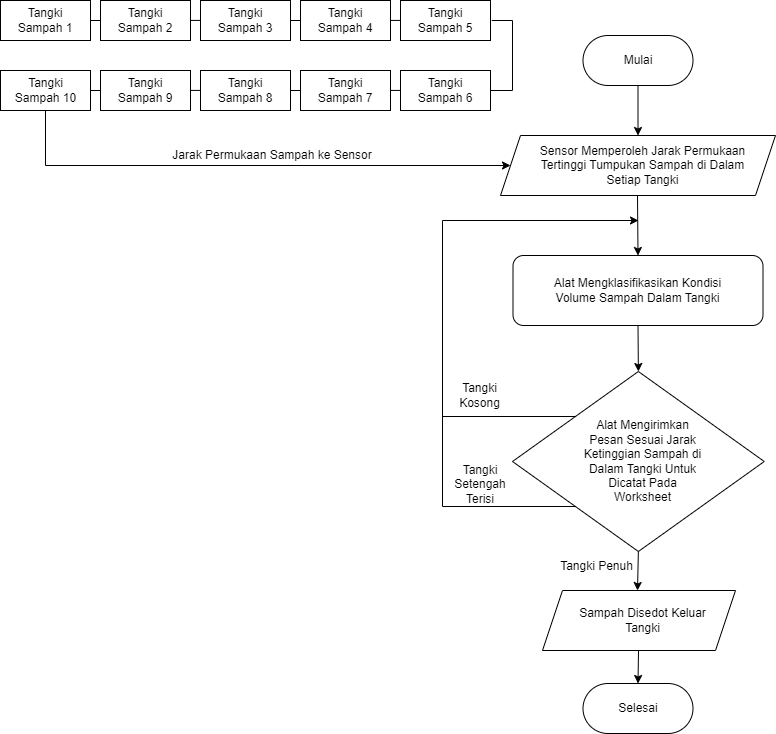
Before: Untitled Diagram.drawio.png, a diagram exported from draw.io (Nurhalim-tech/Jarvis-artificial-intelligence). Source tidied: cells renumbered, new cells last; positions are measured from the earlier drawing's top-left corner, leaving out a move shared by most shapes.
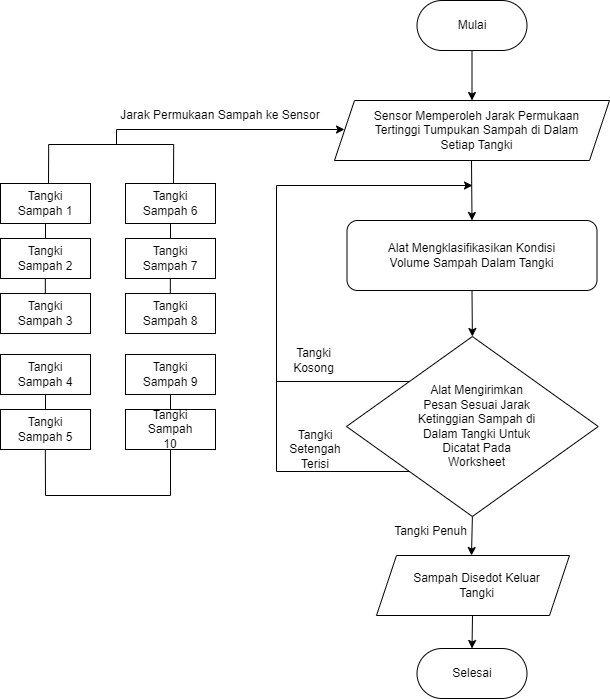
After the change.

What changed in the source:
```diff
@@ -21,125 +21,35 @@
       <mxGeometry x="541.2" y="275" width="192.5" height="30" as="geometry" />
     </mxCell>
     <mxCell id="8" style="rounded=0;whiteSpace=wrap;html=1;" parent="1" vertex="1">
-      <mxGeometry width="90" height="40" as="geometry" />
+      <mxGeometry x="166" y="218" width="90" height="40" as="geometry" />
     </mxCell>
     <mxCell id="9" value="Tangki Sampah 1" style="text;html=1;align=center;verticalAlign=middle;whiteSpace=wrap;rounded=0;" parent="1" vertex="1">
-      <mxGeometry x="15" y="5" width="60" height="30" as="geometry" />
+      <mxGeometry x="181" y="223" width="60" height="30" as="geometry" />
     </mxCell>
     <mxCell id="10" style="rounded=0;whiteSpace=wrap;html=1;" parent="1" vertex="1">
-      <mxGeometry x="100" width="90" height="40" as="geometry" />
+      <mxGeometry x="166" y="273" width="90" height="40" as="geometry" />
     </mxCell>
     <mxCell id="11" value="Tangki Sampah 2" style="text;html=1;align=center;verticalAlign=middle;whiteSpace=wrap;rounded=0;" parent="1" vertex="1">
-      <mxGeometry x="115" y="5" width="60" height="30" as="geometry" />
+      <mxGeometry x="181" y="278" width="60" height="30" as="geometry" />
     </mxCell>
-    <mxCell id="12" style="endArrow=none;html=1;rounded=0;entryX=0;entryY=0.5;entryDx=0;entryDy=0;" parent="1" edge="1" target="10">
-      <mxGeometry relative="1" as="geometry">
-        <mxPoint x="90" y="20" as="sourcePoint" />
-      </mxGeometry>
+    <mxCell id="12" style="endArrow=none;html=1;rounded=0;entryX=0.5;entryY=0;entryDx=0;entryDy=0;exitX=0.5;exitY=1;exitDx=0;exitDy=0;" parent="1" edge="1" source="8" target="10">
+      <mxGeometry relative="1" as="geometry" />
     </mxCell>
     <mxCell id="13" style="rounded=0;whiteSpace=wrap;html=1;" parent="1" vertex="1">
-      <mxGeometry x="200" width="90" height="40" as="geometry" />
+      <mxGeometry x="166" y="328" width="90" height="40" as="geometry" />
     </mxCell>
     <mxCell id="14" value="Tangki Sampah 3" style="text;html=1;align=center;verticalAlign=middle;whiteSpace=wrap;rounded=0;" parent="1" vertex="1">
-      <mxGeometry x="215" y="5" width="60" height="30" as="geometry" />
+      <mxGeometry x="181" y="333" width="60" height="30" as="geometry" />
     </mxCell>
-    <mxCell id="15" style="rounded=0;whiteSpace=wrap;html=1;" parent="1" vertex="1">
-      <mxGeometry x="300" width="90" height="40" as="geometry" />
-    </mxCell>
-    <mxCell id="16" value="Tangki Sampah 4" style="text;html=1;align=center;verticalAlign=middle;whiteSpace=wrap;rounded=0;" parent="1" vertex="1">
-      <mxGeometry x="315" y="5" width="60" height="30" as="geometry" />
-    </mxCell>
-    <mxCell id="17" style="endArrow=none;html=1;rounded=0;entryX=0;entryY=0.5;entryDx=0;entryDy=0;" parent="1" edge="1" target="15">
-      <mxGeometry relative="1" as="geometry">
-        <mxPoint x="290" y="20" as="sourcePoint" />
-      </mxGeometry>
-    </mxCell>
-    <mxCell id="18" style="endArrow=none;html=1;rounded=0;entryX=0;entryY=0.5;entryDx=0;entryDy=0;" parent="1" edge="1">
-      <mxGeometry relative="1" as="geometry">
-        <mxPoint x="190" y="19.9" as="sourcePoint" />
-        <mxPoint x="200" y="19.9" as="targetPoint" />
-      </mxGeometry>
-    </mxCell>
-    <mxCell id="19" style="endArrow=none;html=1;rounded=0;entryX=0;entryY=0.5;entryDx=0;entryDy=0;" parent="1" edge="1">
-      <mxGeometry relative="1" as="geometry">
-        <mxPoint x="390" y="19.9" as="sourcePoint" />
-        <mxPoint x="400" y="19.9" as="targetPoint" />
-      </mxGeometry>
-    </mxCell>
-    <mxCell id="20" style="rounded=0;whiteSpace=wrap;html=1;" parent="1" vertex="1">
-      <mxGeometry x="400" width="90" height="40" as="geometry" />
-    </mxCell>
-    <mxCell id="21" value="Tangki Sampah 5" style="text;html=1;align=center;verticalAlign=middle;whiteSpace=wrap;rounded=0;" parent="1" vertex="1">
-      <mxGeometry x="415" y="5" width="60" height="30" as="geometry" />
-    </mxCell>
-    <mxCell id="22" style="rounded=0;whiteSpace=wrap;html=1;" parent="1" vertex="1">
-      <mxGeometry y="70" width="90" height="40" as="geometry" />
-    </mxCell>
-    <mxCell id="23" value="Tangki Sampah 10" style="text;html=1;align=center;verticalAlign=middle;whiteSpace=wrap;rounded=0;" parent="1" vertex="1">
-      <mxGeometry x="12" y="75" width="67" height="30" as="geometry" />
-    </mxCell>
-    <mxCell id="24" style="rounded=0;whiteSpace=wrap;html=1;" parent="1" vertex="1">
-      <mxGeometry x="100" y="70" width="90" height="40" as="geometry" />
-    </mxCell>
-    <mxCell id="25" value="Tangki Sampah 9" style="text;html=1;align=center;verticalAlign=middle;whiteSpace=wrap;rounded=0;" parent="1" vertex="1">
-      <mxGeometry x="115" y="75" width="60" height="30" as="geometry" />
-    </mxCell>
-    <mxCell id="26" style="endArrow=none;html=1;rounded=0;entryX=0;entryY=0.5;entryDx=0;entryDy=0;" parent="1" edge="1" target="24">
-      <mxGeometry relative="1" as="geometry">
-        <mxPoint x="90" y="90" as="sourcePoint" />
-      </mxGeometry>
-    </mxCell>
-    <mxCell id="27" style="rounded=0;whiteSpace=wrap;html=1;" parent="1" vertex="1">
-      <mxGeometry x="200" y="70" width="90" height="40" as="geometry" />
-    </mxCell>
-    <mxCell id="28" value="Tangki Sampah 8" style="text;html=1;align=center;verticalAlign=middle;whiteSpace=wrap;rounded=0;" parent="1" vertex="1">
-      <mxGeometry x="215" y="75" width="60" height="30" as="geometry" />
-    </mxCell>
-    <mxCell id="29" style="rounded=0;whiteSpace=wrap;html=1;" parent="1" vertex="1">
-      <mxGeometry x="300" y="70" width="90" height="40" as="geometry" />
-    </mxCell>
-    <mxCell id="30" value="Tangki Sampah 7" style="text;html=1;align=center;verticalAlign=middle;whiteSpace=wrap;rounded=0;" parent="1" vertex="1">
-      <mxGeometry x="315" y="75" width="60" height="30" as="geometry" />
-    </mxCell>
-    <mxCell id="31" style="endArrow=none;html=1;rounded=0;entryX=0;entryY=0.5;entryDx=0;entryDy=0;" parent="1" edge="1" target="29">
-      <mxGeometry relative="1" as="geometry">
-        <mxPoint x="290" y="90" as="sourcePoint" />
-      </mxGeometry>
-    </mxCell>
-    <mxCell id="32" style="endArrow=none;html=1;rounded=0;entryX=0;entryY=0.5;entryDx=0;entryDy=0;" parent="1" edge="1">
-      <mxGeometry relative="1" as="geometry">
-        <mxPoint x="190" y="89.9" as="sourcePoint" />
-        <mxPoint x="200" y="89.9" as="targetPoint" />
-      </mxGeometry>
-    </mxCell>
-    <mxCell id="33" style="endArrow=none;html=1;rounded=0;entryX=0;entryY=0.5;entryDx=0;entryDy=0;" parent="1" edge="1">
-      <mxGeometry relative="1" as="geometry">
-        <mxPoint x="390" y="89.9" as="sourcePoint" />
-        <mxPoint x="400" y="89.9" as="targetPoint" />
-      </mxGeometry>
-    </mxCell>
-    <mxCell id="34" style="rounded=0;whiteSpace=wrap;html=1;" parent="1" vertex="1">
-      <mxGeometry x="400" y="70" width="90" height="40" as="geometry" />
-    </mxCell>
-    <mxCell id="35" value="Tangki Sampah 6" style="text;html=1;align=center;verticalAlign=middle;whiteSpace=wrap;rounded=0;" parent="1" vertex="1">
-      <mxGeometry x="415" y="75" width="60" height="30" as="geometry" />
-    </mxCell>
-    <mxCell id="36" style="endArrow=classic;html=1;rounded=0;exitX=0.5;exitY=1;exitDx=0;exitDy=0;entryX=0;entryY=0.5;entryDx=0;entryDy=0;" parent="1" edge="1" source="22" target="4">
+    <mxCell id="36" style="endArrow=classic;html=1;rounded=0;entryX=0;entryY=0.5;entryDx=0;entryDy=0;" parent="1" edge="1">
       <mxGeometry relative="1" as="geometry">
+        <mxPoint x="282" y="179" as="sourcePoint" />
+        <mxPoint x="510" y="164" as="targetPoint" />
         <Array as="points">
-          <mxPoint x="45" y="165" />
+          <mxPoint x="282" y="164" />
         </Array>
       </mxGeometry>
     </mxCell>
-    <mxCell id="37" style="endArrow=none;html=1;rounded=0;entryX=1;entryY=0.5;entryDx=0;entryDy=0;" parent="1" edge="1" target="34">
-      <mxGeometry relative="1" as="geometry">
-        <mxPoint x="491.2" y="20" as="sourcePoint" />
-        <Array as="points">
-          <mxPoint x="512" y="20" />
-          <mxPoint x="512" y="90" />
-        </Array>
-      </mxGeometry>
-    </mxCell>
     <mxCell id="38" style="endArrow=classic;html=1;rounded=0;exitX=0.5;exitY=1;exitDx=0;exitDy=0;entryX=0.5;entryY=0;entryDx=0;entryDy=0;" parent="1" edge="1" source="2" target="4">
       <mxGeometry relative="1" as="geometry" />
     </mxCell>
@@ -149,7 +59,7 @@
       </mxGeometry>
     </mxCell>
     <mxCell id="40" value="Jarak Permukaan Sampah ke Sensor" style="text;html=1;align=center;verticalAlign=middle;whiteSpace=wrap;rounded=0;" parent="1" vertex="1">
-      <mxGeometry x="162" y="140" width="220" height="30" as="geometry" />
+      <mxGeometry x="276" y="135" width="220" height="30" as="geometry" />
     </mxCell>
     <mxCell id="41" style="rhombus;whiteSpace=wrap;html=1;" parent="1" vertex="1">
       <mxGeometry x="512" y="371" width="251.8" height="180" as="geometry" />
@@ -205,5 +115,87 @@
         <mxPoint x="638" y="650" as="sourcePoint" />
       </mxGeometry>
     </mxCell>
+    <mxCell id="55" style="endArrow=none;html=1;rounded=0;entryX=0.5;entryY=0;entryDx=0;entryDy=0;exitX=0.5;exitY=1;exitDx=0;exitDy=0;" parent="1" edge="1">
+      <mxGeometry relative="1" as="geometry">
+        <mxPoint x="210.8" y="313" as="sourcePoint" />
+        <mxPoint x="210.8" y="328" as="targetPoint" />
+      </mxGeometry>
+    </mxCell>
+    <mxCell id="56" style="rounded=0;whiteSpace=wrap;html=1;" parent="1" vertex="1">
+      <mxGeometry x="166" y="389" width="90" height="40" as="geometry" />
+    </mxCell>
+    <mxCell id="16" value="Tangki Sampah 4" style="text;html=1;align=center;verticalAlign=middle;whiteSpace=wrap;rounded=0;" parent="1" vertex="1">
+      <mxGeometry x="181" y="394" width="60" height="30" as="geometry" />
+    </mxCell>
+    <mxCell id="57" style="rounded=0;whiteSpace=wrap;html=1;" parent="1" vertex="1">
+      <mxGeometry x="166" y="444" width="90" height="40" as="geometry" />
+    </mxCell>
+    <mxCell id="21" value="Tangki Sampah 5" style="text;html=1;align=center;verticalAlign=middle;whiteSpace=wrap;rounded=0;" parent="1" vertex="1">
+      <mxGeometry x="181" y="449" width="60" height="30" as="geometry" />
+    </mxCell>
+    <mxCell id="58" style="endArrow=none;html=1;rounded=0;entryX=0.5;entryY=0;entryDx=0;entryDy=0;exitX=0.5;exitY=1;exitDx=0;exitDy=0;" parent="1" edge="1" source="56" target="57">
+      <mxGeometry relative="1" as="geometry" />
+    </mxCell>
+    <mxCell id="59" style="endArrow=none;html=1;rounded=0;exitX=0.5;exitY=1;exitDx=0;exitDy=0;" parent="1" edge="1" target="23">
+      <mxGeometry relative="1" as="geometry">
+        <mxPoint x="210.8" y="484" as="sourcePoint" />
+        <Array as="points">
+          <mxPoint x="211" y="530" />
+          <mxPoint x="336" y="530" />
+        </Array>
+      </mxGeometry>
+    </mxCell>
+    <mxCell id="60" style="rounded=0;whiteSpace=wrap;html=1;" parent="1" vertex="1">
+      <mxGeometry x="291" y="218" width="90" height="40" as="geometry" />
+    </mxCell>
+    <mxCell id="35" value="Tangki Sampah 6" style="text;html=1;align=center;verticalAlign=middle;whiteSpace=wrap;rounded=0;" parent="1" vertex="1">
+      <mxGeometry x="306" y="223" width="60" height="30" as="geometry" />
+    </mxCell>
+    <mxCell id="61" style="rounded=0;whiteSpace=wrap;html=1;" parent="1" vertex="1">
+      <mxGeometry x="291" y="273" width="90" height="40" as="geometry" />
+    </mxCell>
+    <mxCell id="30" value="Tangki Sampah 7" style="text;html=1;align=center;verticalAlign=middle;whiteSpace=wrap;rounded=0;" parent="1" vertex="1">
+      <mxGeometry x="306" y="278" width="60" height="30" as="geometry" />
+    </mxCell>
+    <mxCell id="62" style="endArrow=none;html=1;rounded=0;entryX=0.5;entryY=0;entryDx=0;entryDy=0;exitX=0.5;exitY=1;exitDx=0;exitDy=0;" parent="1" edge="1" source="60" target="61">
+      <mxGeometry relative="1" as="geometry" />
+    </mxCell>
+    <mxCell id="63" style="rounded=0;whiteSpace=wrap;html=1;" parent="1" vertex="1">
+      <mxGeometry x="291" y="328" width="90" height="40" as="geometry" />
+    </mxCell>
+    <mxCell id="28" value="Tangki Sampah 8" style="text;html=1;align=center;verticalAlign=middle;whiteSpace=wrap;rounded=0;" parent="1" vertex="1">
+      <mxGeometry x="306" y="333" width="60" height="30" as="geometry" />
+    </mxCell>
+    <mxCell id="64" style="endArrow=none;html=1;rounded=0;entryX=0.5;entryY=0;entryDx=0;entryDy=0;exitX=0.5;exitY=1;exitDx=0;exitDy=0;" parent="1" edge="1">
+      <mxGeometry relative="1" as="geometry">
+        <mxPoint x="335.8" y="313" as="sourcePoint" />
+        <mxPoint x="335.8" y="328" as="targetPoint" />
+      </mxGeometry>
+    </mxCell>
+    <mxCell id="65" style="rounded=0;whiteSpace=wrap;html=1;" parent="1" vertex="1">
+      <mxGeometry x="291" y="389" width="90" height="40" as="geometry" />
+    </mxCell>
+    <mxCell id="25" value="Tangki Sampah 9" style="text;html=1;align=center;verticalAlign=middle;whiteSpace=wrap;rounded=0;" parent="1" vertex="1">
+      <mxGeometry x="306" y="394" width="60" height="30" as="geometry" />
+    </mxCell>
+    <mxCell id="66" style="rounded=0;whiteSpace=wrap;html=1;" parent="1" vertex="1">
+      <mxGeometry x="291" y="444" width="90" height="40" as="geometry" />
+    </mxCell>
+    <mxCell id="23" value="Tangki Sampah 10" style="text;html=1;align=center;verticalAlign=middle;whiteSpace=wrap;rounded=0;" parent="1" vertex="1">
+      <mxGeometry x="306" y="449" width="60" height="30" as="geometry" />
+    </mxCell>
+    <mxCell id="67" style="endArrow=none;html=1;rounded=0;entryX=0.5;entryY=0;entryDx=0;entryDy=0;exitX=0.5;exitY=1;exitDx=0;exitDy=0;" parent="1" edge="1" source="65" target="66">
+      <mxGeometry relative="1" as="geometry" />
+    </mxCell>
+    <mxCell id="68" style="endArrow=none;html=1;rounded=0;" parent="1" edge="1">
+      <mxGeometry relative="1" as="geometry">
+        <mxPoint x="214" y="218" as="sourcePoint" />
+        <mxPoint x="339" y="218" as="targetPoint" />
+        <Array as="points">
+          <mxPoint x="214.2" y="179" />
+          <mxPoint x="339.2" y="179" />
+        </Array>
+      </mxGeometry>
+    </mxCell>
   </root>
 </mxGraphModel>
```
